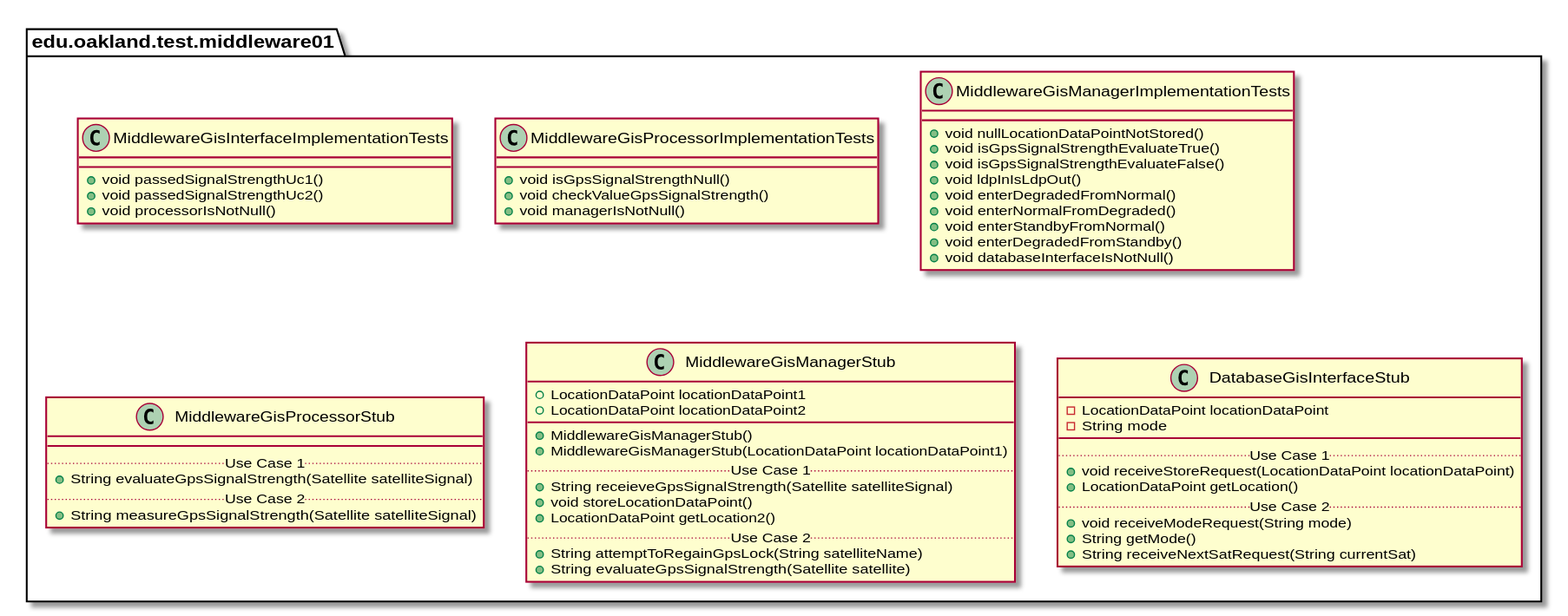
Above: docs/uml-class-diagrams/middleware01/test/Middleware01TestPackage.svg in andrewdimmer/csi-3370-software-project (PlantUML), before the change.
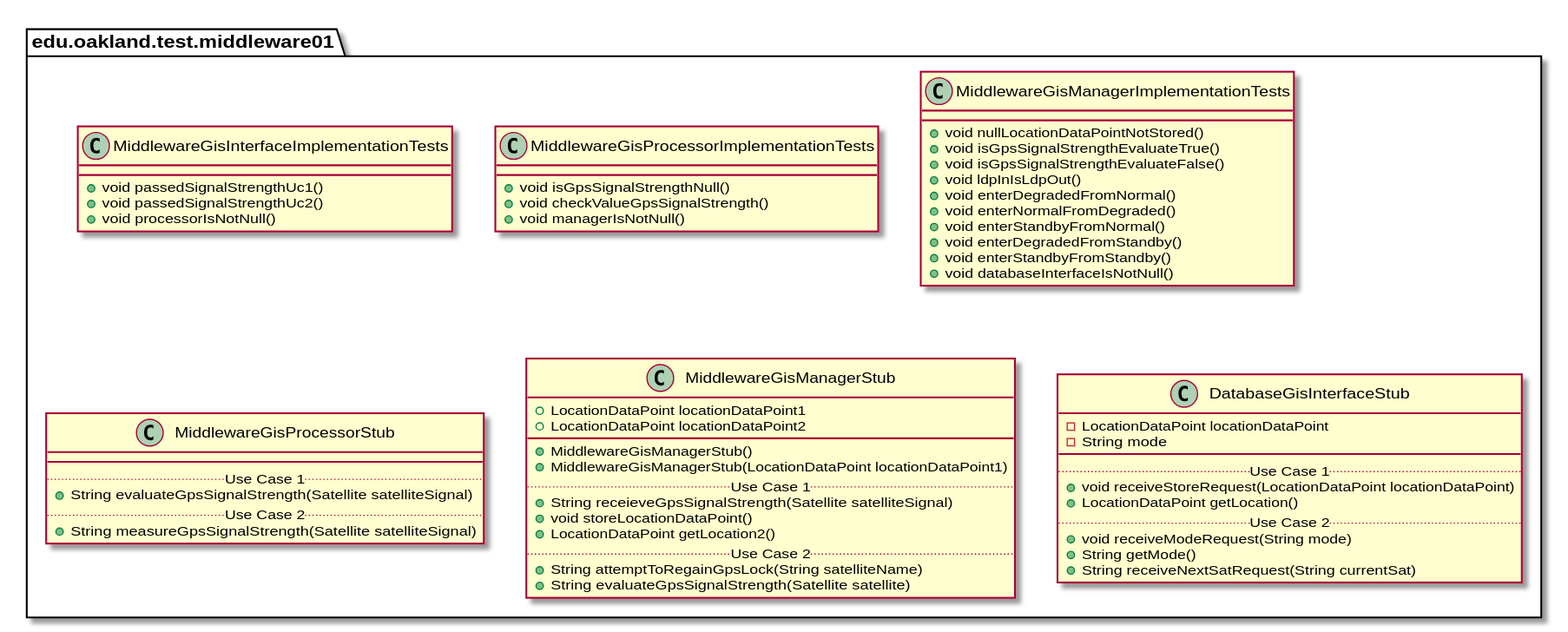
Above is the later version.

What changed in the source:
```diff
@@ -33,6 +33,7 @@
     + void enterNormalFromDegraded()
     + void enterStandbyFromNormal()
     + void enterDegradedFromStandby()
+    + void enterStandbyFromStandby()
     + void databaseInterfaceIsNotNull()
   }
 }
```
